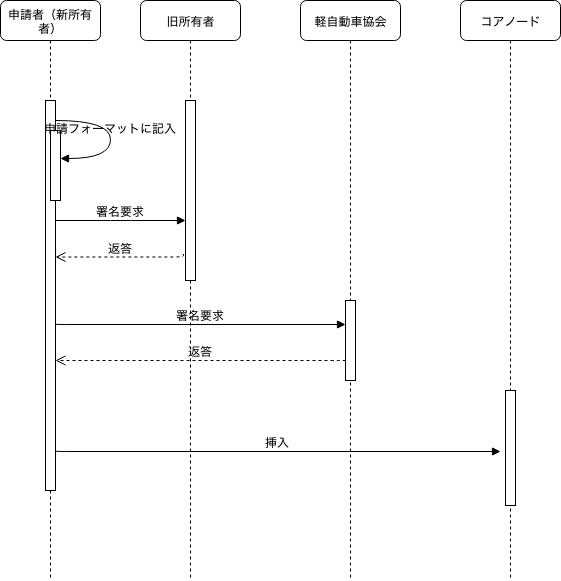
The draw.io diagram examples/car_owner_change/docs/sequence_fig_bbc1_sample.png in kichinosukey/bbc1, before a commit. Source tidied: cells renumbered, new cells last; positions are measured from the earlier drawing's top-left corner, leaving out a move shared by most shapes.
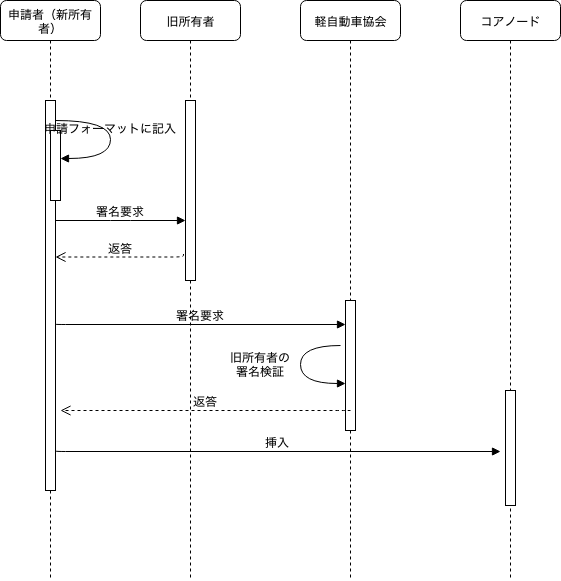
The same diagram one commit later.

Commit message:
[add] verify old owner's signature

What changed in the source:
```diff
@@ -12,7 +12,7 @@
       <mxGeometry x="300" width="100" height="580" as="geometry" />
     </mxCell>
     <mxCell id="5" style="html=1;points=[];perimeter=orthogonalPerimeter;rounded=0;shadow=0;comic=0;labelBackgroundColor=none;strokeColor=#000000;strokeWidth=1;fillColor=#FFFFFF;fontFamily=Verdana;fontSize=12;fontColor=#000000;align=center;" parent="4" vertex="1">
-      <mxGeometry x="45" y="300" width="10" height="80" as="geometry" />
+      <mxGeometry x="45" y="300" width="10" height="130" as="geometry" />
     </mxCell>
     <mxCell id="6" value="申請者（新所有者）" style="shape=umlLifeline;perimeter=lifelinePerimeter;whiteSpace=wrap;html=1;rounded=1;shadow=0;comic=0;labelBackgroundColor=none;strokeColor=#000000;strokeWidth=1;fillColor=#FFFFFF;fontFamily=Verdana;fontSize=12;fontColor=#000000;align=center;" parent="1" vertex="1">
       <mxGeometry width="100" height="580" as="geometry" />
@@ -53,11 +53,12 @@
         <mxPoint x="55" y="323.5" as="sourcePoint" />
       </mxGeometry>
     </mxCell>
-    <mxCell id="13" value="返答" style="html=1;verticalAlign=bottom;endArrow=open;dashed=1;endSize=8;labelBackgroundColor=none;fontFamily=Verdana;fontSize=12;edgeStyle=elbowEdgeStyle;elbow=vertical;" parent="1" edge="1" source="5">
+    <mxCell id="13" value="返答" style="html=1;verticalAlign=bottom;endArrow=open;dashed=1;endSize=8;labelBackgroundColor=none;fontFamily=Verdana;fontSize=12;edgeStyle=elbowEdgeStyle;elbow=vertical;" parent="1" edge="1">
       <mxGeometry relative="1" as="geometry">
-        <mxPoint x="55" y="360" as="targetPoint" />
+        <mxPoint x="350" y="410" as="sourcePoint" />
+        <mxPoint x="60" y="410" as="targetPoint" />
         <Array as="points">
-          <mxPoint x="340" y="360" />
+          <mxPoint x="345" y="410" />
         </Array>
       </mxGeometry>
     </mxCell>
@@ -73,5 +74,16 @@
         <mxPoint x="500" y="451" as="targetPoint" />
       </mxGeometry>
     </mxCell>
+    <mxCell id="17" value="旧所有者の&lt;br&gt;署名検証" style="html=1;verticalAlign=bottom;endArrow=block;labelBackgroundColor=none;fontFamily=Verdana;fontSize=12;elbow=vertical;edgeStyle=orthogonalEdgeStyle;curved=1;entryX=1;entryY=0.286;entryPerimeter=0;exitX=1.038;exitY=0.345;exitPerimeter=0;" parent="1" edge="1">
+      <mxGeometry x="0.27" y="40" relative="1" as="geometry">
+        <mxPoint x="340" y="345" as="sourcePoint" />
+        <mxPoint x="345" y="383" as="targetPoint" />
+        <Array as="points">
+          <mxPoint x="300" y="345" />
+          <mxPoint x="300" y="383" />
+        </Array>
+        <mxPoint x="-40" y="37" as="offset" />
+      </mxGeometry>
+    </mxCell>
   </root>
 </mxGraphModel>
```
